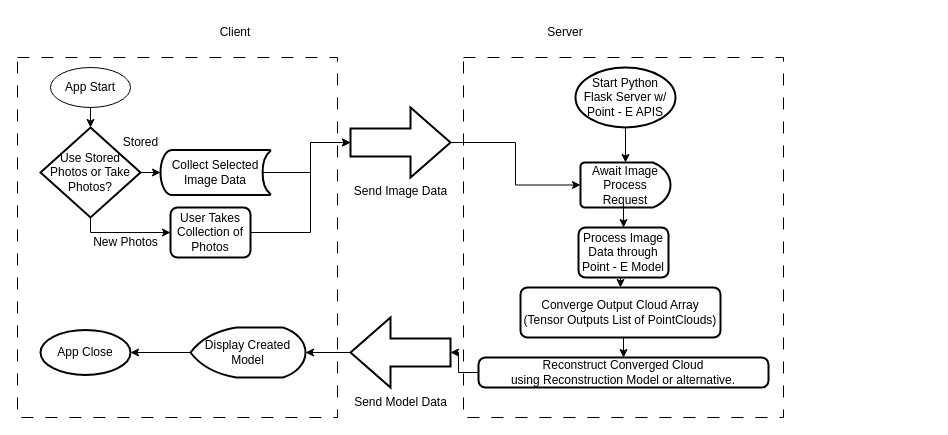
Earlier version of the draw.io diagram Paper/Diagrams/Point_E Diagram.drawio (F-Dudley/Dissertation-2022_2023). Source tidied: cells renumbered, new cells numbered last; positions are measured from the earlier drawing's top-left corner, leaving out a move shared by most shapes. Both pictures are drawn from the tidied source at 100%, with x=0, y=0 at pixel (17, 17).
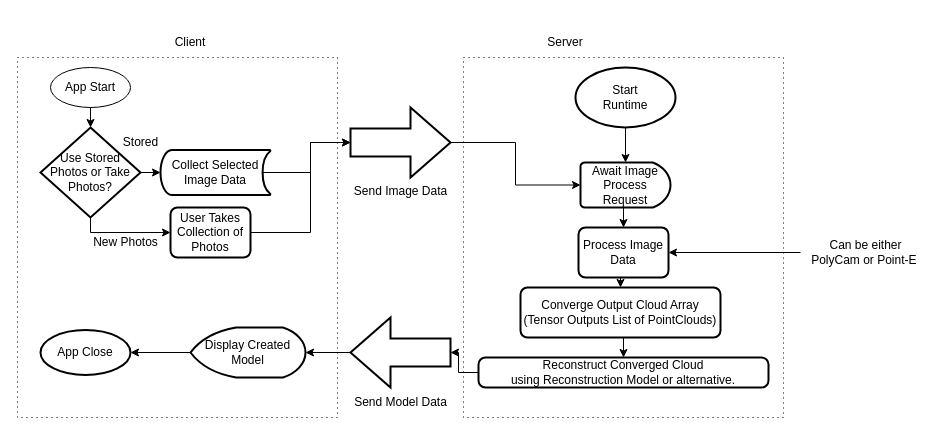
Above is the later version.

The edit, as a diff of the source:
```diff
@@
-    <mxCell id="2" style="rounded=0;whiteSpace=wrap;html=1;dashed=1;dashPattern=12 12;fillColor=none;" parent="1" vertex="1">
+    <mxCell id="2" style="rounded=0;whiteSpace=wrap;html=1;dashed=1;dashPattern=1 4;fillColor=none;" parent="1" vertex="1">
       <mxGeometry y="40" width="320" height="360" as="geometry" />
     </mxCell>
-    <mxCell id="3" style="rounded=0;whiteSpace=wrap;html=1;dashed=1;dashPattern=12 12;fillColor=none;" parent="1" vertex="1">
+    <mxCell id="3" style="rounded=0;whiteSpace=wrap;html=1;dashed=1;dashPattern=1 4;fillColor=none;" parent="1" vertex="1">
       <mxGeometry x="446" y="40" width="320" height="360" as="geometry" />
     </mxCell>
     <mxCell id="4" value="Client" style="text;html=1;strokeColor=none;fillColor=none;align=center;verticalAlign=middle;whiteSpace=wrap;rounded=0;" parent="1" vertex="1">
-      <mxGeometry x="188" width="60" height="30" as="geometry" />
+      <mxGeometry x="143" y="10" width="60" height="30" as="geometry" />
     </mxCell>
     <mxCell id="5" value="Server" style="text;html=1;strokeColor=none;fillColor=none;align=center;verticalAlign=middle;whiteSpace=wrap;rounded=0;" parent="1" vertex="1">
-      <mxGeometry x="518" width="60" height="30" as="geometry" />
+      <mxGeometry x="518" y="10" width="60" height="30" as="geometry" />
     </mxCell>
@@
+    <mxCell id="35" style="edgeStyle=orthogonalEdgeStyle;rounded=0;jettySize=auto;html=1;entryX=1;entryY=0.5;entryDx=0;entryDy=0;" parent="1" edge="1" source="36" target="19">
+      <mxGeometry relative="1" as="geometry" />
+    </mxCell>
-    <mxCell id="19" value="Process Image Data through Point - E Model" style="rounded=1;whiteSpace=wrap;html=1;absoluteArcSize=1;arcSize=14;strokeWidth=2;fillColor=none;" parent="1" vertex="1">
+    <mxCell id="19" value="Process Image Data" style="rounded=1;whiteSpace=wrap;html=1;absoluteArcSize=1;arcSize=14;strokeWidth=2;fillColor=none;" parent="1" vertex="1">
       <mxGeometry x="561" y="210" width="90" height="50" as="geometry" />
     </mxCell>
@@
-    <mxCell id="21" value="Start Python Flask Server w/ Point - E APIS" style="strokeWidth=2;html=1;shape=mxgraph.flowchart.start_1;whiteSpace=wrap;fillColor=none;" parent="1" vertex="1">
+    <mxCell id="21" value="Start&lt;br&gt;Runtime" style="strokeWidth=2;html=1;shape=mxgraph.flowchart.start_1;whiteSpace=wrap;fillColor=none;" parent="1" vertex="1">
       <mxGeometry x="558" y="50" width="100" height="60" as="geometry" />
     </mxCell>
@@
+    <mxCell id="36" value="Can be either &lt;br&gt;PolyCam or Point-E&amp;nbsp;" style="text;html=1;align=center;verticalAlign=middle;points=[];strokeColor=none;fillColor=none;" parent="1" vertex="1">
+      <mxGeometry x="783" y="215" width="130" height="40" as="geometry" />
+    </mxCell>
```
